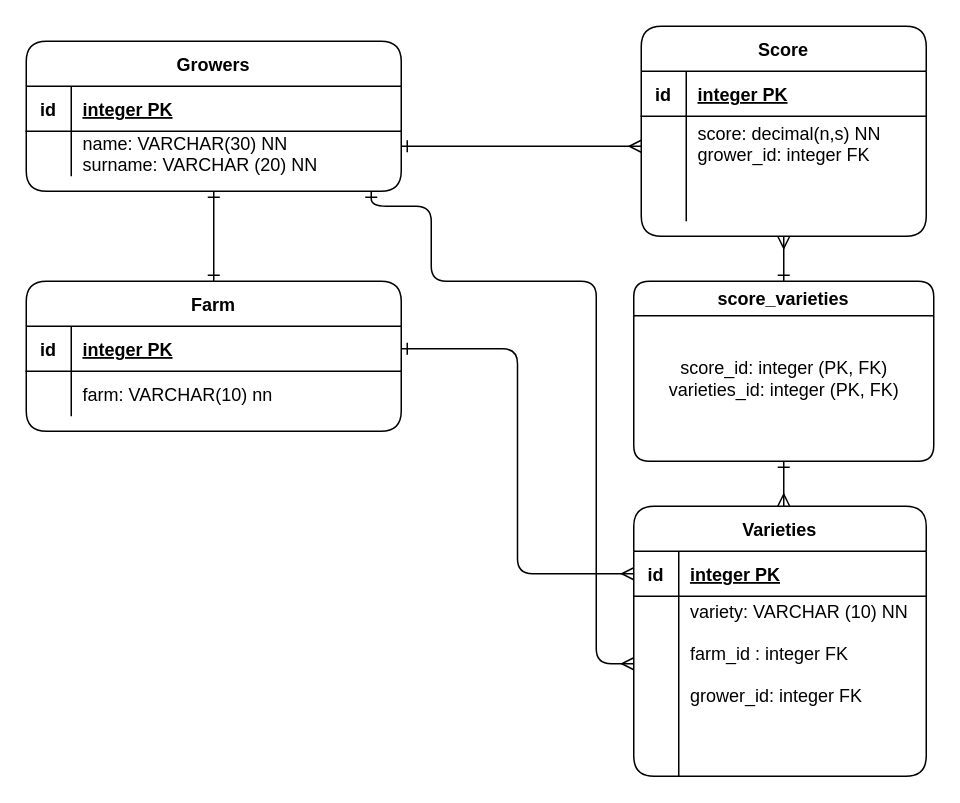
sdiacono6/database_coffee keeps this draw.io diagram as page "Page-1" (1 of 2) of Coffee Growers Database.drawio. Above is the earlier version. Source tidied: cells renumbered, new cells numbered last; positions are measured from the earlier drawing's top-left corner, leaving out a move shared by most shapes. Both pictures are drawn from the tidied source at 150%, with x=0, y=0 at pixel (26, 26).
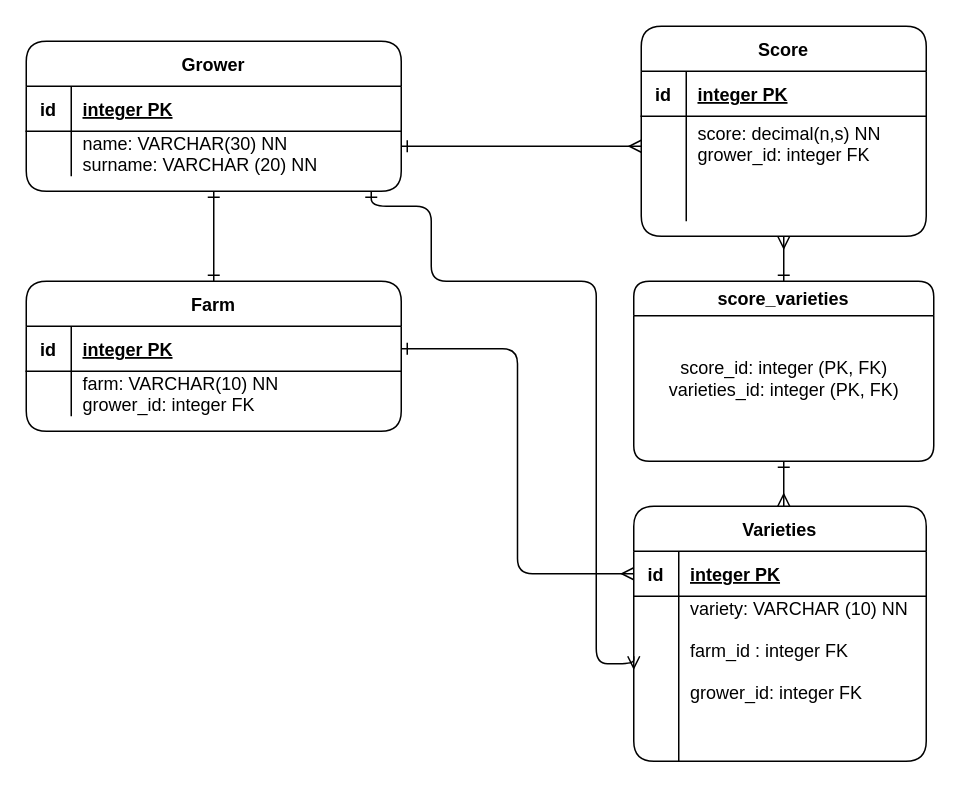
The same diagram, later.

Commit message:
Phyisical Diagram Coffee Growers Database.drawio

The change refers to these unchanged cells:
```xml
<mxCell id="28" style="shape=partialRectangle;fillColor=none;top=0;left=0;right=0;bottom=0;rounded=1;" parent="24" vertex="1">
  <mxGeometry y="60" width="250" height="30" as="geometry" />
</mxCell>
```

The edit, as a diff of the source:
```diff
@@
-    <mxCell id="2" value="Growers" style="shape=table;startSize=30;childLayout=tableLayout;rowLines=0;fontStyle=1;align=center;rounded=1;" parent="1" vertex="1">
+    <mxCell id="2" value="Grower" style="shape=table;startSize=30;childLayout=tableLayout;rowLines=0;fontStyle=1;align=center;rounded=1;" parent="1" vertex="1">
       <mxGeometry y="10" width="250" height="100" as="geometry" />
     </mxCell>
@@
-    <mxCell id="30" value="farm: VARCHAR(10) nn" style="shape=partialRectangle;overflow=hidden;fillColor=none;top=0;left=0;bottom=0;right=0;align=left;spacingLeft=6;rounded=1;" parent="28" vertex="1">
+    <mxCell id="30" value="farm: VARCHAR(10) NN&#10;grower_id: integer FK&#10;" style="shape=partialRectangle;overflow=hidden;fillColor=none;top=0;left=0;bottom=0;right=0;align=left;spacingLeft=6;rounded=1;" parent="28" vertex="1">
       <mxGeometry x="30" width="220" height="30" as="geometry" />
     </mxCell>
@@
     <mxCell id="34" value="Varieties" style="shape=table;startSize=30;childLayout=tableLayout;rowLines=0;fontStyle=1;align=center;rounded=1;" parent="1" vertex="1">
-      <mxGeometry x="405" y="320" width="195" height="180" as="geometry" />
+      <mxGeometry x="405" y="320" width="195" height="170" as="geometry" />
     </mxCell>
@@
     <mxCell id="38" style="shape=partialRectangle;fillColor=none;points=[[0,0.5],[1,0.5]];portConstraint=eastwest;top=0;left=0;right=0;bottom=0;rounded=1;" parent="34" vertex="1">
-      <mxGeometry y="60" width="195" height="90" as="geometry" />
+      <mxGeometry y="60" width="195" height="80" as="geometry" />
     </mxCell>
     <mxCell id="39" style="shape=partialRectangle;overflow=hidden;fillColor=none;top=0;left=0;bottom=0;right=0;rounded=1;" parent="38" vertex="1">
-      <mxGeometry width="30" height="90" as="geometry" />
+      <mxGeometry width="30" height="80" as="geometry" />
     </mxCell>
     <mxCell id="40" value="variety: VARCHAR (10) NN&#10;&#10;farm_id : integer FK&#10;&#10;grower_id: integer FK&#10;" style="shape=partialRectangle;overflow=hidden;fillColor=none;top=0;left=0;bottom=0;right=0;align=left;spacingLeft=6;rounded=1;" parent="38" vertex="1">
-      <mxGeometry x="30" width="165" height="90" as="geometry" />
+      <mxGeometry x="30" width="165" height="80" as="geometry" />
     </mxCell>
     <mxCell id="41" style="shape=partialRectangle;fillColor=none;top=0;left=0;right=0;bottom=0;rounded=1;" parent="34" vertex="1">
-      <mxGeometry y="150" width="195" height="30" as="geometry" />
+      <mxGeometry y="140" width="195" height="30" as="geometry" />
     </mxCell>
```
